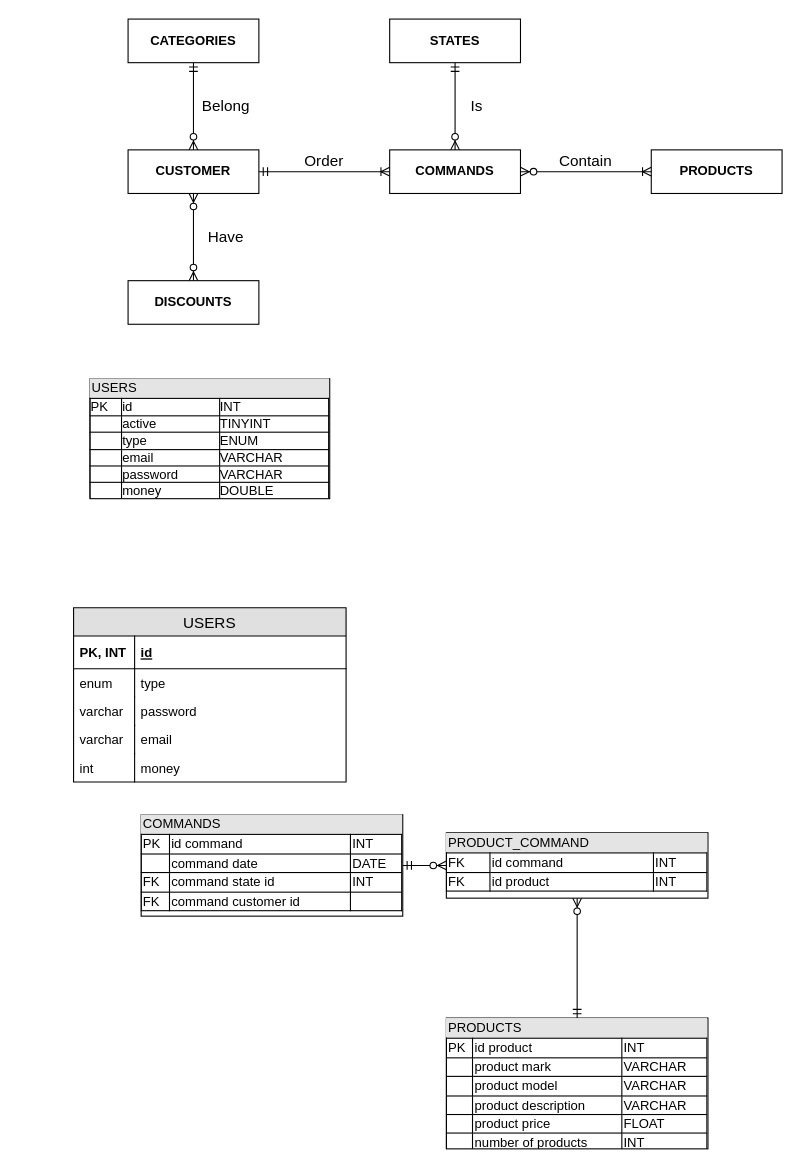
Earlier version of the draw.io diagram Base de donnée visuel/MLD - MCD.drawio (Jerome-JJT/ProjetBanque). Source tidied: cells renumbered, new cells numbered last; positions are measured from the earlier drawing's top-left corner, leaving out a move shared by most shapes. Both pictures are drawn from the tidied source at 109%, with x=0, y=0 at pixel (73, 19).
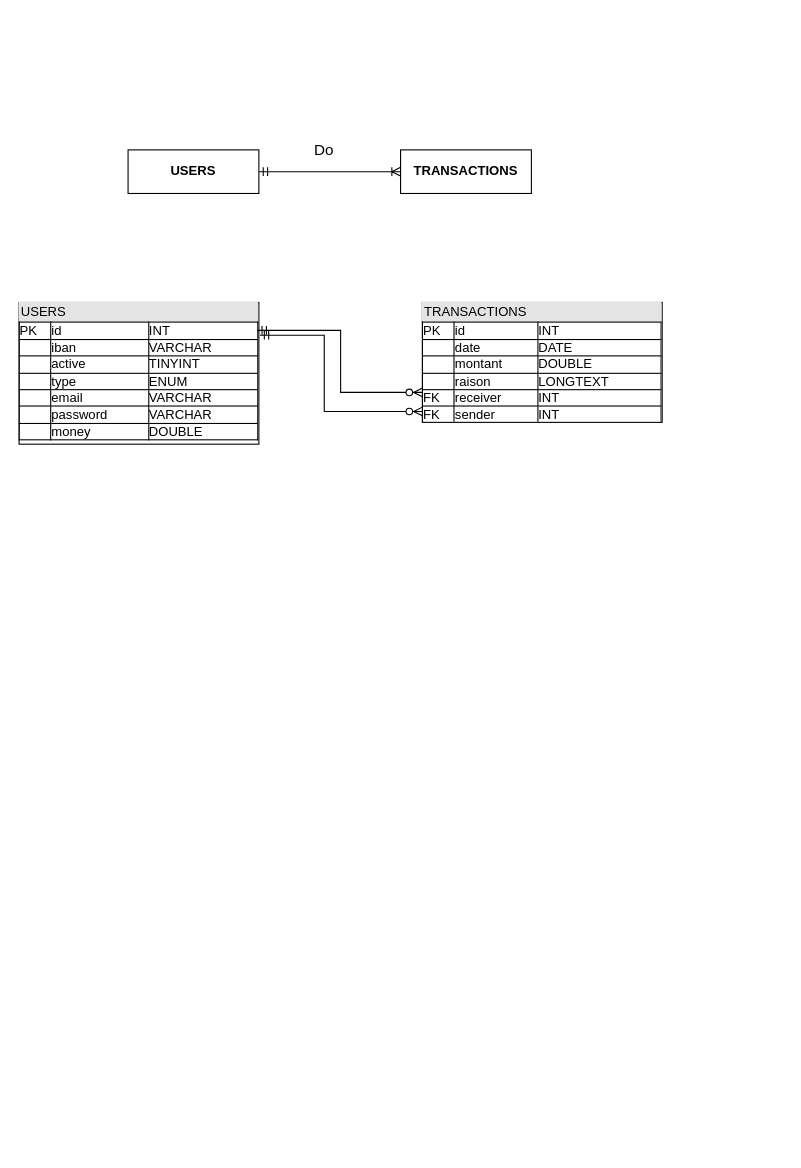
The same page after the edit.

What changed in the source:
```diff
@@
-    <mxCell id="2" value="USERS" style="swimlane;fontStyle=0;horizontal=1;startSize=26;fillColor=#e0e0e0;swimlaneFillColor=#ffffff;align=center;fontSize=14;" parent="1" vertex="1">
-      <mxGeometry y="540" width="250" height="160" as="geometry" />
-    </mxCell>
-    <mxCell id="3" value="id" style="shape=partialRectangle;top=0;left=0;right=0;bottom=1;align=left;verticalAlign=middle;fillColor=none;spacingLeft=60;spacingRight=4;overflow=hidden;fontStyle=5;fontSize=12;" parent="2" vertex="1">
-      <mxGeometry y="26" width="250" height="30" as="geometry" />
-    </mxCell>
-    <mxCell id="4" value="PK, INT" style="shape=partialRectangle;fontStyle=1;top=0;left=0;bottom=0;fillColor=none;align=left;verticalAlign=middle;spacingLeft=4;spacingRight=4;overflow=hidden;fontSize=12;" parent="3" vertex="1">
-      <mxGeometry width="56" height="30" as="geometry" />
-    </mxCell>
-    <mxCell id="5" value="type" style="shape=partialRectangle;top=0;left=0;right=0;bottom=0;align=left;verticalAlign=top;fillColor=none;spacingLeft=60;spacingRight=4;overflow=hidden;fontSize=12;" parent="2" vertex="1">
-      <mxGeometry y="56" width="250" height="26" as="geometry" />
-    </mxCell>
-    <mxCell id="6" value="enum" style="shape=partialRectangle;top=0;left=0;bottom=0;fillColor=none;align=left;verticalAlign=top;spacingLeft=4;spacingRight=4;overflow=hidden;fontSize=12;" parent="5" vertex="1">
-      <mxGeometry width="56" height="26" as="geometry" />
-    </mxCell>
-    <mxCell id="7" value="password" style="shape=partialRectangle;top=0;left=0;right=0;bottom=0;align=left;verticalAlign=top;fillColor=none;spacingLeft=60;spacingRight=4;overflow=hidden;fontSize=12;" parent="2" vertex="1">
-      <mxGeometry y="82" width="250" height="26" as="geometry" />
-    </mxCell>
-    <mxCell id="8" value="varchar" style="shape=partialRectangle;top=0;left=0;bottom=0;fillColor=none;align=left;verticalAlign=top;spacingLeft=4;spacingRight=4;overflow=hidden;fontSize=12;" parent="7" vertex="1">
-      <mxGeometry width="56" height="26" as="geometry" />
-    </mxCell>
-    <mxCell id="9" value="email" style="shape=partialRectangle;top=0;left=0;right=0;bottom=0;align=left;verticalAlign=top;fillColor=none;spacingLeft=60;spacingRight=4;overflow=hidden;fontSize=12;" parent="2" vertex="1">
-      <mxGeometry y="108" width="250" height="26" as="geometry" />
-    </mxCell>
-    <mxCell id="10" value="varchar" style="shape=partialRectangle;top=0;left=0;bottom=0;fillColor=none;align=left;verticalAlign=top;spacingLeft=4;spacingRight=4;overflow=hidden;fontSize=12;" parent="9" vertex="1">
-      <mxGeometry width="56" height="26" as="geometry" />
-    </mxCell>
-    <mxCell id="11" value="money" style="shape=partialRectangle;top=0;left=0;right=0;bottom=0;align=left;verticalAlign=top;fillColor=none;spacingLeft=60;spacingRight=4;overflow=hidden;fontSize=12;" parent="2" vertex="1">
-      <mxGeometry y="134" width="250" height="26" as="geometry" />
-    </mxCell>
-    <mxCell id="12" value="int" style="shape=partialRectangle;top=0;left=0;bottom=0;fillColor=none;align=left;verticalAlign=top;spacingLeft=4;spacingRight=4;overflow=hidden;fontSize=12;" parent="11" vertex="1">
-      <mxGeometry width="56" height="26" as="geometry" />
-    </mxCell>
-    <mxCell id="13" value="&lt;font color=&quot;#000000&quot;&gt;CUSTOMER&lt;/font&gt;" style="rounded=0;whiteSpace=wrap;html=1;fillColor=#ffffff;fontStyle=1;strokeColor=#000000;" parent="1" vertex="1">
+    <mxCell id="13" value="&lt;font color=&quot;#000000&quot;&gt;USERS&lt;/font&gt;" style="rounded=0;whiteSpace=wrap;html=1;fillColor=#ffffff;fontStyle=1;strokeColor=#000000;" parent="1" vertex="1">
       <mxGeometry x="50" y="120" width="120" height="40" as="geometry" />
     </mxCell>
-    <mxCell id="14" style="edgeStyle=none;rounded=0;html=1;entryX=1;entryY=0.5;endArrow=ERmandOne;endFill=0;jettySize=auto;startArrow=ERoneToMany;startFill=0;exitX=0;exitY=0.5;" parent="1" edge="1" source="17" target="13">
+    <mxCell id="14" style="edgeStyle=none;rounded=0;html=1;entryX=1;entryY=0.5;endArrow=ERmandOne;endFill=0;jettySize=auto;startArrow=ERoneToMany;startFill=0;exitX=0;exitY=0.5;exitDx=0;exitDy=0;" parent="1" edge="1" source="35" target="13">
       <mxGeometry relative="1" as="geometry" />
     </mxCell>
-    <mxCell id="15" value="&lt;font color=&quot;#000000&quot;&gt;PRODUCTS&lt;/font&gt;" style="rounded=0;whiteSpace=wrap;html=1;fillColor=#ffffff;fontStyle=1;strokeColor=#000000;" parent="1" vertex="1">
-      <mxGeometry x="530" y="120" width="120" height="40" as="geometry" />
-    </mxCell>
-    <mxCell id="16" style="edgeStyle=orthogonalEdgeStyle;rounded=0;html=1;exitX=1;exitY=0.5;entryX=0;entryY=0.5;jettySize=auto;startArrow=ERzeroToMany;startFill=1;endArrow=ERoneToMany;endFill=0;" parent="1" edge="1" source="17" target="15">
-      <mxGeometry relative="1" as="geometry" />
-    </mxCell>
-    <mxCell id="17" value="&lt;font color=&quot;#000000&quot;&gt;COMMANDS&lt;/font&gt;" style="rounded=0;whiteSpace=wrap;html=1;fillColor=#ffffff;fontStyle=1;strokeColor=#000000;" parent="1" vertex="1">
-      <mxGeometry x="290" y="120" width="120" height="40" as="geometry" />
-    </mxCell>
-    <mxCell id="18" style="edgeStyle=orthogonalEdgeStyle;rounded=0;html=1;exitX=0.5;exitY=0;entryX=0.5;entryY=1;startArrow=ERzeroToMany;startFill=1;endArrow=ERzeroToMany;endFill=1;jettySize=auto;" parent="1" edge="1" source="19" target="13">
-      <mxGeometry relative="1" as="geometry" />
-    </mxCell>
-    <mxCell id="19" value="&lt;font color=&quot;#000000&quot;&gt;DISCOUNTS&lt;/font&gt;" style="rounded=0;whiteSpace=wrap;html=1;fillColor=#ffffff;fontStyle=1;strokeColor=#000000;" parent="1" vertex="1">
-      <mxGeometry x="50" y="240" width="120" height="40" as="geometry" />
-    </mxCell>
-    <mxCell id="20" style="edgeStyle=orthogonalEdgeStyle;rounded=0;html=1;exitX=0.5;exitY=1;entryX=0.5;entryY=0;startArrow=ERmandOne;startFill=0;endArrow=ERzeroToMany;endFill=1;jettySize=auto;" parent="1" edge="1" source="21" target="13">
-      <mxGeometry relative="1" as="geometry" />
-    </mxCell>
-    <mxCell id="21" value="&lt;font color=&quot;#000000&quot;&gt;CATEGORIES&lt;/font&gt;" style="rounded=0;whiteSpace=wrap;html=1;fillColor=#ffffff;fontStyle=1;strokeColor=#000000;" parent="1" vertex="1">
-      <mxGeometry x="50" width="120" height="40" as="geometry" />
-    </mxCell>
-    <mxCell id="22" style="edgeStyle=orthogonalEdgeStyle;rounded=0;html=1;exitX=0.5;exitY=1;entryX=0.5;entryY=0;startArrow=ERmandOne;startFill=0;endArrow=ERzeroToMany;endFill=1;jettySize=auto;" parent="1" edge="1" source="23" target="17">
-      <mxGeometry relative="1" as="geometry" />
-    </mxCell>
-    <mxCell id="23" value="&lt;font color=&quot;#000000&quot;&gt;STATES&lt;/font&gt;" style="rounded=0;whiteSpace=wrap;html=1;fillColor=#ffffff;fontStyle=1;strokeColor=#000000;" parent="1" vertex="1">
-      <mxGeometry x="290" width="120" height="40" as="geometry" />
-    </mxCell>
-    <mxCell id="24" value="Contain" style="text;html=1;strokeColor=none;fillColor=none;align=center;verticalAlign=middle;whiteSpace=wrap;rounded=0;fontSize=14;" parent="1" vertex="1">
-      <mxGeometry x="450" y="120" width="40" height="20" as="geometry" />
-    </mxCell>
-    <mxCell id="25" value="Is" style="text;html=1;strokeColor=none;fillColor=none;align=center;verticalAlign=middle;whiteSpace=wrap;rounded=0;fontSize=14;" parent="1" vertex="1">
-      <mxGeometry x="350" y="70" width="40" height="20" as="geometry" />
-    </mxCell>
-    <mxCell id="26" value="Belong" style="text;html=1;strokeColor=none;fillColor=none;align=center;verticalAlign=middle;whiteSpace=wrap;rounded=0;fontSize=14;" parent="1" vertex="1">
-      <mxGeometry x="120" y="70" width="40" height="20" as="geometry" />
-    </mxCell>
-    <mxCell id="27" value="Order" style="text;html=1;strokeColor=none;fillColor=none;align=center;verticalAlign=middle;whiteSpace=wrap;rounded=0;fontSize=14;" parent="1" vertex="1">
-      <mxGeometry x="210" y="120" width="40" height="20" as="geometry" />
-    </mxCell>
-    <mxCell id="28" value="Have" style="text;html=1;strokeColor=none;fillColor=none;align=center;verticalAlign=middle;whiteSpace=wrap;rounded=0;fontSize=14;" parent="1" vertex="1">
-      <mxGeometry x="120" y="190" width="40" height="20" as="geometry" />
+    <mxCell id="28" value="Do" style="text;html=1;strokeColor=none;fillColor=none;align=center;verticalAlign=middle;whiteSpace=wrap;rounded=0;fontSize=14;" parent="1" vertex="1">
+      <mxGeometry x="210" y="110" width="40" height="20" as="geometry" />
     </mxCell>
-    <mxCell id="29" style="edgeStyle=none;rounded=0;html=1;exitX=0.5;exitY=0;entryX=0.5;entryY=1;startArrow=ERmandOne;startFill=0;endArrow=ERzeroToMany;endFill=1;jettySize=auto;" parent="1" edge="1" source="30" target="34">
-      <mxGeometry relative="1" as="geometry" />
-    </mxCell>
-    <mxCell id="30" value="&lt;div style=&quot;box-sizing: border-box ; width: 100% ; background: #e4e4e4 ; padding: 2px&quot;&gt;PRODUCTS&lt;/div&gt;&lt;table style=&quot;width: 100% ; font-size: 1em ; border: 1px solid rgb(0 , 0 , 0) ; border-collapse: collapse&quot; cellpadding=&quot;1&quot; cellspacing=&quot;0&quot; border=&quot;1&quot;&gt;&lt;tbody&gt;&lt;tr&gt;&lt;td&gt;PK&lt;/td&gt;&lt;td&gt;id product&lt;/td&gt;&lt;td&gt;INT&lt;/td&gt;&lt;/tr&gt;&lt;tr&gt;&lt;td&gt;&lt;br&gt;&lt;/td&gt;&lt;td&gt;product mark&lt;/td&gt;&lt;td&gt;VARCHAR&lt;/td&gt;&lt;/tr&gt;&lt;tr&gt;&lt;td&gt;&lt;br&gt;&lt;/td&gt;&lt;td&gt;product model&lt;/td&gt;&lt;td&gt;VARCHAR&lt;/td&gt;&lt;/tr&gt;&lt;tr&gt;&lt;td&gt;&lt;br&gt;&lt;/td&gt;&lt;td&gt;product description&lt;/td&gt;&lt;td&gt;VARCHAR&lt;/td&gt;&lt;/tr&gt;&lt;tr&gt;&lt;td&gt;&lt;br&gt;&lt;/td&gt;&lt;td&gt;product price&lt;/td&gt;&lt;td&gt;FLOAT&lt;/td&gt;&lt;/tr&gt;&lt;tr&gt;&lt;td&gt;&lt;br&gt;&lt;/td&gt;&lt;td&gt;number of products&lt;/td&gt;&lt;td&gt;INT&lt;/td&gt;&lt;/tr&gt;&lt;/tbody&gt;&lt;/table&gt;" style="verticalAlign=top;align=left;overflow=fill;html=1;rounded=0;fillColor=#ffffff;comic=0;strokeColor=#000000;" parent="1" vertex="1">
-      <mxGeometry x="342" y="916.5" width="240" height="120" as="geometry" />
-    </mxCell>
-    <mxCell id="31" style="edgeStyle=none;rounded=0;html=1;exitX=1;exitY=0.5;entryX=0;entryY=0.5;startArrow=ERmandOne;startFill=0;endArrow=ERzeroToMany;endFill=1;jettySize=auto;" parent="1" edge="1" source="32" target="34">
-      <mxGeometry relative="1" as="geometry" />
-    </mxCell>
-    <mxCell id="32" value="&lt;div style=&quot;box-sizing: border-box ; width: 100% ; background: #e4e4e4 ; padding: 2px&quot;&gt;COMMANDS&lt;/div&gt;&lt;table style=&quot;width: 100% ; font-size: 1em ; border: 1px solid rgb(0 , 0 , 0) ; border-collapse: collapse&quot; cellpadding=&quot;1&quot; cellspacing=&quot;0&quot; border=&quot;1&quot;&gt;&lt;tbody&gt;&lt;tr&gt;&lt;td&gt;PK&lt;/td&gt;&lt;td&gt;id command&lt;/td&gt;&lt;td&gt;INT&lt;/td&gt;&lt;/tr&gt;&lt;tr&gt;&lt;td&gt;&lt;br&gt;&lt;/td&gt;&lt;td&gt;command date&lt;br&gt;&lt;/td&gt;&lt;td&gt;DATE&lt;/td&gt;&lt;/tr&gt;&lt;tr&gt;&lt;td&gt;FK&lt;/td&gt;&lt;td&gt;command state id&lt;br&gt;&lt;/td&gt;&lt;td&gt;INT&lt;/td&gt;&lt;/tr&gt;&lt;tr&gt;&lt;td&gt;FK&lt;/td&gt;&lt;td&gt;command customer id&lt;/td&gt;&lt;td&gt;&lt;br&gt;&lt;/td&gt;&lt;/tr&gt;&lt;/tbody&gt;&lt;/table&gt;" style="verticalAlign=top;align=left;overflow=fill;html=1;rounded=0;fillColor=#ffffff;comic=0;strokeColor=#000000;" parent="1" vertex="1">
-      <mxGeometry x="62" y="730" width="240" height="93" as="geometry" />
-    </mxCell>
-    <mxCell id="33" value="&lt;div style=&quot;box-sizing: border-box ; width: 100% ; background: rgb(228 , 228 , 228) ; padding: 2px ; line-height: 120%&quot;&gt;USERS&lt;/div&gt;&lt;table style=&quot;width: 100% ; font-size: 1em ; border: 1px solid rgb(0 , 0 , 0) ; border-collapse: collapse&quot; cellpadding=&quot;0&quot; cellspacing=&quot;0&quot; border=&quot;1&quot;&gt;&lt;tbody&gt;&lt;tr&gt;&lt;td&gt;PK&lt;/td&gt;&lt;td&gt;id&lt;/td&gt;&lt;td&gt;INT&lt;/td&gt;&lt;/tr&gt;&lt;tr&gt;&lt;td&gt;&lt;br&gt;&lt;/td&gt;&lt;td&gt;active&lt;/td&gt;&lt;td&gt;TINYINT&lt;/td&gt;&lt;/tr&gt;&lt;tr&gt;&lt;td&gt;&lt;br&gt;&lt;/td&gt;&lt;td&gt;type&lt;/td&gt;&lt;td&gt;ENUM&lt;/td&gt;&lt;/tr&gt;&lt;tr&gt;&lt;td&gt;&lt;br&gt;&lt;/td&gt;&lt;td&gt;email&lt;/td&gt;&lt;td&gt;VARCHAR&lt;/td&gt;&lt;/tr&gt;&lt;tr&gt;&lt;td&gt;&lt;br&gt;&lt;/td&gt;&lt;td&gt;password&lt;/td&gt;&lt;td&gt;VARCHAR&lt;/td&gt;&lt;/tr&gt;&lt;tr&gt;&lt;td&gt;&lt;br&gt;&lt;/td&gt;&lt;td&gt;money&lt;/td&gt;&lt;td&gt;DOUBLE&lt;/td&gt;&lt;/tr&gt;&lt;/tbody&gt;&lt;/table&gt;" style="verticalAlign=top;align=left;overflow=fill;html=1;rounded=0;fillColor=#ffffff;comic=0;strokeColor=#000000;horizontal=1;fontFamily=Helvetica;spacing=0;" parent="1" vertex="1">
-      <mxGeometry x="15" y="330" width="220" height="110" as="geometry" />
+    <mxCell id="33" value="&lt;div style=&quot;box-sizing: border-box ; width: 100% ; background: rgb(228 , 228 , 228) ; padding: 2px ; line-height: 120%&quot;&gt;USERS&lt;/div&gt;&lt;table style=&quot;width: 100% ; font-size: 1em ; border: 1px solid rgb(0 , 0 , 0) ; border-collapse: collapse&quot; cellpadding=&quot;0&quot; cellspacing=&quot;0&quot; border=&quot;1&quot;&gt;&lt;tbody&gt;&lt;tr&gt;&lt;td&gt;PK&lt;/td&gt;&lt;td&gt;id&lt;/td&gt;&lt;td&gt;INT&lt;/td&gt;&lt;/tr&gt;&lt;tr&gt;&lt;td&gt;&lt;br&gt;&lt;/td&gt;&lt;td&gt;iban&lt;/td&gt;&lt;td&gt;VARCHAR&lt;/td&gt;&lt;/tr&gt;&lt;tr&gt;&lt;td&gt;&lt;br&gt;&lt;/td&gt;&lt;td&gt;active&lt;/td&gt;&lt;td&gt;TINYINT&lt;/td&gt;&lt;/tr&gt;&lt;tr&gt;&lt;td&gt;&lt;br&gt;&lt;/td&gt;&lt;td&gt;type&lt;/td&gt;&lt;td&gt;ENUM&lt;/td&gt;&lt;/tr&gt;&lt;tr&gt;&lt;td&gt;&lt;br&gt;&lt;/td&gt;&lt;td&gt;email&lt;/td&gt;&lt;td&gt;VARCHAR&lt;/td&gt;&lt;/tr&gt;&lt;tr&gt;&lt;td&gt;&lt;br&gt;&lt;/td&gt;&lt;td&gt;password&lt;/td&gt;&lt;td&gt;VARCHAR&lt;/td&gt;&lt;/tr&gt;&lt;tr&gt;&lt;td&gt;&lt;br&gt;&lt;/td&gt;&lt;td&gt;money&lt;/td&gt;&lt;td&gt;DOUBLE&lt;/td&gt;&lt;/tr&gt;&lt;/tbody&gt;&lt;/table&gt;" style="verticalAlign=top;align=left;overflow=fill;html=1;rounded=0;fillColor=#ffffff;comic=0;strokeColor=#000000;horizontal=1;fontFamily=Helvetica;spacing=0;" parent="1" vertex="1">
+      <mxGeometry x="-50" y="260" width="220" height="130" as="geometry" />
     </mxCell>
-    <mxCell id="34" value="&lt;div style=&quot;box-sizing: border-box ; width: 100% ; background: #e4e4e4 ; padding: 2px&quot;&gt;PRODUCT_COMMAND&lt;/div&gt;&lt;table style=&quot;width: 100% ; font-size: 1em ; border: 1px solid rgb(0 , 0 , 0) ; border-collapse: collapse&quot; cellpadding=&quot;1&quot; cellspacing=&quot;0&quot; border=&quot;1&quot;&gt;&lt;tbody&gt;&lt;tr&gt;&lt;td&gt;FK&lt;/td&gt;&lt;td&gt;id command&lt;/td&gt;&lt;td&gt;INT&lt;/td&gt;&lt;/tr&gt;&lt;tr&gt;&lt;td&gt;FK&lt;/td&gt;&lt;td&gt;id product&lt;/td&gt;&lt;td&gt;INT&lt;/td&gt;&lt;/tr&gt;&lt;/tbody&gt;&lt;/table&gt;" style="verticalAlign=top;align=left;overflow=fill;html=1;rounded=0;fillColor=#ffffff;comic=0;strokeColor=#000000;" parent="1" vertex="1">
-      <mxGeometry x="342" y="746.5" width="240" height="60" as="geometry" />
-    </mxCell>
+    <mxCell id="35" value="&lt;font color=&quot;#000000&quot;&gt;TRANSACTIONS&lt;/font&gt;" style="rounded=0;whiteSpace=wrap;html=1;fillColor=#ffffff;fontStyle=1;strokeColor=#000000;" parent="1" vertex="1">
+      <mxGeometry x="300" y="120" width="120" height="40" as="geometry" />
+    </mxCell>
+    <mxCell id="36" value="&lt;div style=&quot;box-sizing: border-box ; width: 100% ; background: rgb(228 , 228 , 228) ; padding: 2px ; line-height: 120%&quot;&gt;TRANSACTIONS&lt;/div&gt;&lt;table style=&quot;width: 100% ; font-size: 1em ; border: 1px solid rgb(0 , 0 , 0) ; border-collapse: collapse&quot; cellpadding=&quot;0&quot; cellspacing=&quot;0&quot; border=&quot;1&quot;&gt;&lt;tbody&gt;&lt;tr&gt;&lt;td&gt;PK&lt;/td&gt;&lt;td&gt;id&lt;/td&gt;&lt;td&gt;INT&lt;/td&gt;&lt;/tr&gt;&lt;tr&gt;&lt;td&gt;&lt;br&gt;&lt;/td&gt;&lt;td&gt;date&lt;/td&gt;&lt;td&gt;DATE&lt;/td&gt;&lt;/tr&gt;&lt;tr&gt;&lt;td&gt;&lt;br&gt;&lt;/td&gt;&lt;td&gt;montant&lt;/td&gt;&lt;td&gt;DOUBLE&lt;/td&gt;&lt;/tr&gt;&lt;tr&gt;&lt;td&gt;&lt;br&gt;&lt;/td&gt;&lt;td&gt;raison&lt;/td&gt;&lt;td&gt;LONGTEXT&lt;/td&gt;&lt;/tr&gt;&lt;tr&gt;&lt;td&gt;FK&lt;/td&gt;&lt;td&gt;receiver&lt;/td&gt;&lt;td&gt;INT&lt;/td&gt;&lt;/tr&gt;&lt;tr&gt;&lt;td&gt;FK&lt;/td&gt;&lt;td&gt;sender&lt;/td&gt;&lt;td&gt;INT&lt;/td&gt;&lt;/tr&gt;&lt;/tbody&gt;&lt;/table&gt;" style="verticalAlign=top;align=left;overflow=fill;html=1;rounded=0;fillColor=#ffffff;comic=0;strokeColor=#000000;horizontal=1;fontFamily=Helvetica;spacing=0;" parent="1" vertex="1">
+      <mxGeometry x="320" y="260" width="220" height="110" as="geometry" />
+    </mxCell>
+    <mxCell id="37" style="edgeStyle=orthogonalEdgeStyle;rounded=0;html=1;startArrow=ERmandOne;startFill=0;endArrow=ERzeroToMany;endFill=1;jettySize=auto;entryX=0;entryY=0.75;entryDx=0;entryDy=0;exitX=0.995;exitY=0.197;exitDx=0;exitDy=0;exitPerimeter=0;" parent="1" edge="1" source="33" target="36">
+      <mxGeometry relative="1" as="geometry" />
+    </mxCell>
+    <mxCell id="38" style="edgeStyle=orthogonalEdgeStyle;rounded=0;html=1;entryX=0;entryY=0.5;startArrow=ERmandOne;startFill=0;endArrow=ERzeroToMany;endFill=1;jettySize=auto;orthogonalLoop=1;entryDx=0;entryDy=0;" parent="1" edge="1">
+      <mxGeometry relative="1" as="geometry">
+        <mxPoint x="171" y="290" as="sourcePoint" />
+        <mxPoint x="320" y="360" as="targetPoint" />
+        <Array as="points">
+          <mxPoint x="230" y="290" />
+          <mxPoint x="230" y="360" />
+        </Array>
+      </mxGeometry>
+    </mxCell>
```
